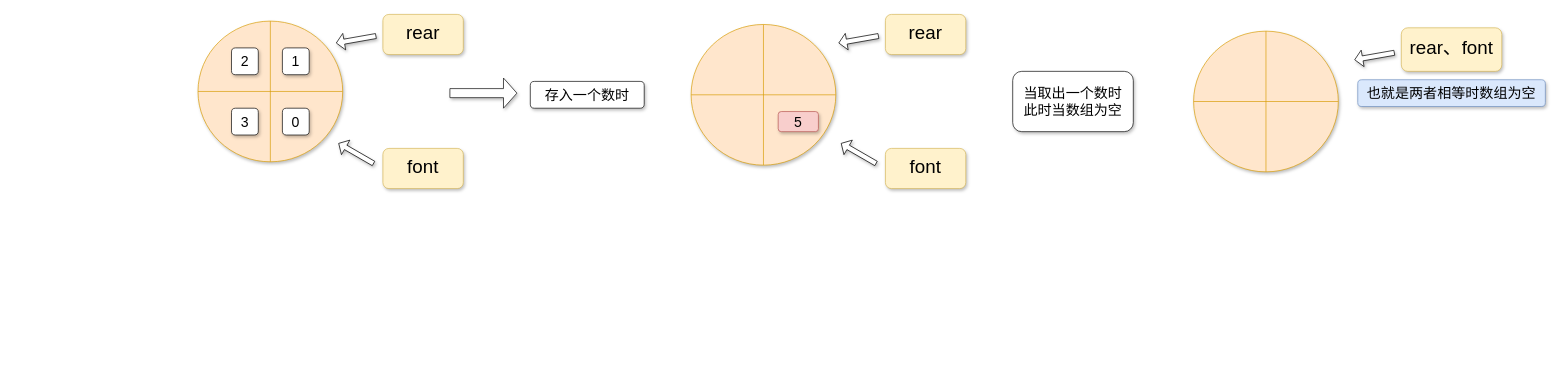
lexinhu/diagrams keeps this draw.io diagram as CircleArray.drawio. Above is the earlier version. Source tidied: cells renumbered, new cells numbered last; positions are measured from the earlier drawing's top-left corner, leaving out a move shared by most shapes. Both pictures are drawn from the tidied source at 67%, with x=0, y=0 at pixel (198, 14).
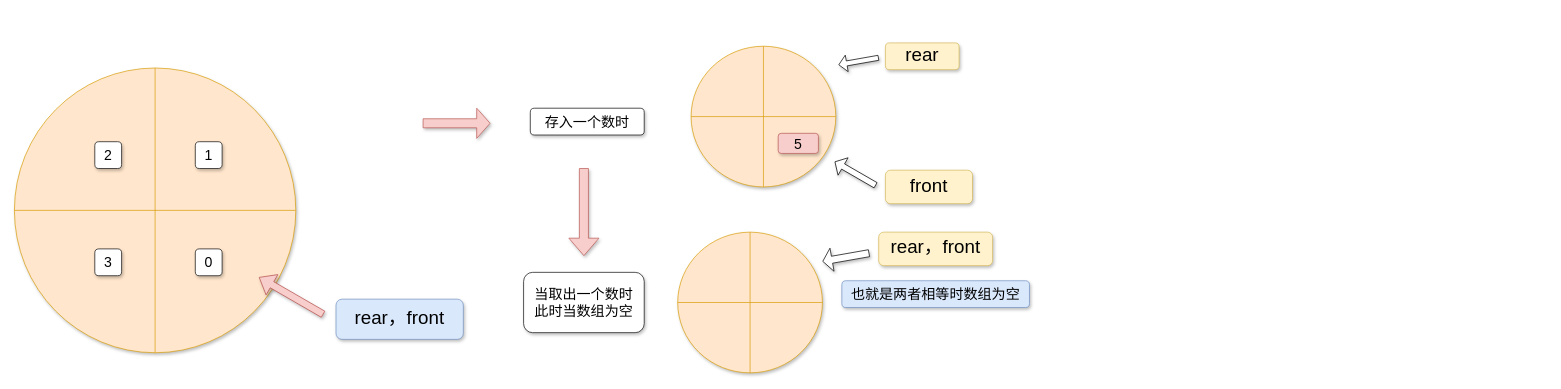
The same page after the edit.

Diff of the diagram source:
```diff
@@
     <mxCell id="2" style="shape=orEllipse;perimeter=ellipsePerimeter;whiteSpace=wrap;html=1;backgroundOutline=1;strokeWidth=1;shadow=1;fillColor=#ffe6cc;strokeColor=#d79b00;" parent="1" vertex="1">
-      <mxGeometry y="10" width="216" height="210" as="geometry" />
+      <mxGeometry x="-274" y="80" width="420" height="425" as="geometry" />
     </mxCell>
-    <mxCell id="3" value="&lt;p style=&quot;line-height: 90%&quot;&gt;&lt;font style=&quot;font-size: 28px&quot;&gt;font&lt;/font&gt;&lt;/p&gt;" style="rounded=1;whiteSpace=wrap;html=1;shadow=1;strokeWidth=1;fillColor=#fff2cc;strokeColor=#d6b656;" parent="1" vertex="1">
-      <mxGeometry x="276" y="200" width="120" height="60" as="geometry" />
-    </mxCell>
     <mxCell id="4" value="0" style="rounded=1;whiteSpace=wrap;html=1;shadow=1;strokeColor=#000000;strokeWidth=1;fillColor=#FFFFFF;gradientColor=none;fontSize=21;" parent="1" vertex="1">
-      <mxGeometry x="126" y="140" width="40" height="40" as="geometry" />
+      <mxGeometry x="-4" y="350" width="40" height="40" as="geometry" />
     </mxCell>
     <mxCell id="5" value="1" style="rounded=1;whiteSpace=wrap;html=1;shadow=1;strokeColor=#000000;strokeWidth=1;fillColor=#FFFFFF;gradientColor=none;fontSize=21;" parent="1" vertex="1">
-      <mxGeometry x="126" y="50" width="40" height="40" as="geometry" />
+      <mxGeometry x="-4" y="190" width="40" height="40" as="geometry" />
     </mxCell>
     <mxCell id="6" value="2" style="rounded=1;whiteSpace=wrap;html=1;shadow=1;strokeColor=#000000;strokeWidth=1;fillColor=#FFFFFF;gradientColor=none;fontSize=21;" parent="1" vertex="1">
-      <mxGeometry x="50" y="50" width="40" height="40" as="geometry" />
+      <mxGeometry x="-154" y="190" width="40" height="40" as="geometry" />
     </mxCell>
     <mxCell id="7" value="3" style="rounded=1;whiteSpace=wrap;html=1;shadow=1;strokeColor=#000000;strokeWidth=1;fillColor=#FFFFFF;gradientColor=none;fontSize=21;" parent="1" vertex="1">
-      <mxGeometry x="50" y="140" width="40" height="40" as="geometry" />
+      <mxGeometry x="-154" y="350" width="40" height="40" as="geometry" />
     </mxCell>
     <mxCell id="8" value="存入一个数时" style="rounded=1;whiteSpace=wrap;html=1;shadow=1;strokeColor=#000000;strokeWidth=1;fillColor=#FFFFFF;gradientColor=none;fontSize=21;" parent="1" vertex="1">
-      <mxGeometry x="496" y="100" width="170" height="40" as="geometry" />
+      <mxGeometry x="496" y="140" width="170" height="40" as="geometry" />
     </mxCell>
-    <mxCell id="9" style="shape=singleArrow;whiteSpace=wrap;html=1;shadow=1;strokeColor=#000000;strokeWidth=1;fillColor=#FFFFFF;gradientColor=none;fontSize=21;" parent="1" vertex="1">
-      <mxGeometry x="376" y="95" width="100" height="45" as="geometry" />
+    <mxCell id="9" style="shape=singleArrow;whiteSpace=wrap;html=1;shadow=1;strokeColor=#b85450;strokeWidth=1;fillColor=#f8cecc;fontSize=21;" parent="1" vertex="1">
+      <mxGeometry x="336" y="140" width="100" height="45" as="geometry" />
     </mxCell>
     <mxCell id="10" style="shape=singleArrow;whiteSpace=wrap;html=1;shadow=1;strokeColor=#000000;strokeWidth=1;fillColor=#FFFFFF;gradientColor=none;fontSize=21;rotation=-190;" parent="1" vertex="1">
-      <mxGeometry x="956" y="25" width="60" height="25" as="geometry" />
+      <mxGeometry x="956" y="57.5" width="60" height="25" as="geometry" />
     </mxCell>
-    <mxCell id="11" style="shape=singleArrow;whiteSpace=wrap;html=1;shadow=1;strokeColor=#000000;strokeWidth=1;fillColor=#FFFFFF;gradientColor=none;fontSize=21;rotation=-150;" parent="1" vertex="1">
-      <mxGeometry x="206" y="195" width="60" height="25" as="geometry" />
+    <mxCell id="11" style="shape=singleArrow;whiteSpace=wrap;html=1;shadow=1;strokeColor=#b85450;strokeWidth=1;fillColor=#f8cecc;fontSize=21;rotation=-150;" parent="1" vertex="1">
+      <mxGeometry x="84" y="402.5" width="110" height="35" as="geometry" />
     </mxCell>
     <mxCell id="12" value="&lt;p style=&quot;line-height: 90%&quot;&gt;&lt;font style=&quot;font-size: 28px&quot;&gt;rear&lt;/font&gt;&lt;/p&gt;" style="rounded=1;whiteSpace=wrap;html=1;shadow=1;strokeWidth=1;fillColor=#fff2cc;strokeColor=#d6b656;" parent="1" vertex="1">
-      <mxGeometry x="1026" width="120" height="60" as="geometry" />
+      <mxGeometry x="1026" y="42.5" width="110" height="40" as="geometry" />
     </mxCell>
     <mxCell id="13" style="shape=orEllipse;perimeter=ellipsePerimeter;whiteSpace=wrap;html=1;backgroundOutline=1;strokeWidth=1;shadow=1;fillColor=#ffe6cc;strokeColor=#d79b00;" parent="1" vertex="1">
-      <mxGeometry x="736" y="15" width="216" height="210" as="geometry" />
+      <mxGeometry x="736" y="47.5" width="216" height="210" as="geometry" />
     </mxCell>
     <mxCell id="14" value="5" style="rounded=1;whiteSpace=wrap;html=1;shadow=1;strokeColor=#b85450;strokeWidth=1;fillColor=#f8cecc;fontSize=21;" parent="1" vertex="1">
-      <mxGeometry x="866" y="145" width="60" height="30" as="geometry" />
+      <mxGeometry x="866" y="177.5" width="60" height="30" as="geometry" />
     </mxCell>
-    <mxCell id="15" value="&lt;p style=&quot;line-height: 90%&quot;&gt;&lt;font style=&quot;font-size: 28px&quot;&gt;font&lt;/font&gt;&lt;/p&gt;" style="rounded=1;whiteSpace=wrap;html=1;shadow=1;strokeWidth=1;fillColor=#fff2cc;strokeColor=#d6b656;" parent="1" vertex="1">
-      <mxGeometry x="1026" y="200" width="120" height="60" as="geometry" />
+    <mxCell id="15" value="&lt;p style=&quot;line-height: 90%&quot;&gt;&lt;span style=&quot;font-size: 28px&quot;&gt;front&lt;/span&gt;&lt;br&gt;&lt;/p&gt;" style="rounded=1;whiteSpace=wrap;html=1;shadow=1;strokeWidth=1;fillColor=#fff2cc;strokeColor=#d6b656;" parent="1" vertex="1">
+      <mxGeometry x="1026" y="232.5" width="130" height="50" as="geometry" />
     </mxCell>
     <mxCell id="16" style="shape=singleArrow;whiteSpace=wrap;html=1;shadow=1;strokeColor=#000000;strokeWidth=1;fillColor=#FFFFFF;gradientColor=none;fontSize=21;rotation=-150;" parent="1" vertex="1">
-      <mxGeometry x="956" y="195" width="60" height="25" as="geometry" />
+      <mxGeometry x="946" y="222.5" width="70" height="30" as="geometry" />
     </mxCell>
     <mxCell id="17" value="当取出一个数时&lt;br&gt;此时当数组为空" style="rounded=1;whiteSpace=wrap;html=1;shadow=1;strokeColor=#000000;strokeWidth=1;fillColor=#FFFFFF;gradientColor=none;fontSize=21;" parent="1" vertex="1">
-      <mxGeometry x="1216" y="85" width="180" height="90" as="geometry" />
+      <mxGeometry x="486" y="385" width="180" height="90" as="geometry" />
     </mxCell>
-    <mxCell id="18" style="shape=singleArrow;whiteSpace=wrap;html=1;shadow=1;strokeColor=#000000;strokeWidth=1;fillColor=#FFFFFF;gradientColor=none;fontSize=21;rotation=-190;" parent="1" vertex="1">
-      <mxGeometry x="206" y="25" width="60" height="25" as="geometry" />
-    </mxCell>
-    <mxCell id="19" value="&lt;p style=&quot;line-height: 90%&quot;&gt;&lt;font style=&quot;font-size: 28px&quot;&gt;rear&lt;/font&gt;&lt;/p&gt;" style="rounded=1;whiteSpace=wrap;html=1;shadow=1;strokeWidth=1;fillColor=#fff2cc;strokeColor=#d6b656;" parent="1" vertex="1">
-      <mxGeometry x="276" width="120" height="60" as="geometry" />
-    </mxCell>
     <mxCell id="20" style="shape=orEllipse;perimeter=ellipsePerimeter;whiteSpace=wrap;html=1;backgroundOutline=1;strokeWidth=1;shadow=1;fillColor=#ffe6cc;strokeColor=#d79b00;" parent="1" vertex="1">
-      <mxGeometry x="1486" y="25" width="216" height="210" as="geometry" />
+      <mxGeometry x="716" y="325" width="216" height="210" as="geometry" />
     </mxCell>
     <mxCell id="21" style="shape=singleArrow;whiteSpace=wrap;html=1;shadow=1;strokeColor=#000000;strokeWidth=1;fillColor=#FFFFFF;gradientColor=none;fontSize=21;rotation=-190;" parent="1" vertex="1">
-      <mxGeometry x="1726" y="50" width="60" height="25" as="geometry" />
+      <mxGeometry x="932" y="345" width="70" height="35" as="geometry" />
     </mxCell>
-    <mxCell id="22" value="&lt;p style=&quot;line-height: 90%&quot;&gt;&lt;font style=&quot;font-size: 28px&quot;&gt;rear、font&lt;/font&gt;&lt;/p&gt;" style="rounded=1;whiteSpace=wrap;html=1;shadow=1;strokeWidth=1;fillColor=#fff2cc;strokeColor=#d6b656;" parent="1" vertex="1">
-      <mxGeometry x="1796" y="20" width="150" height="65" as="geometry" />
+    <mxCell id="22" value="&lt;p style=&quot;line-height: 90%&quot;&gt;&lt;font style=&quot;font-size: 28px&quot;&gt;rear，&lt;/font&gt;&lt;span style=&quot;font-size: 28px&quot;&gt;front&lt;/span&gt;&lt;/p&gt;" style="rounded=1;whiteSpace=wrap;html=1;shadow=1;strokeWidth=1;fillColor=#fff2cc;strokeColor=#d6b656;" parent="1" vertex="1">
+      <mxGeometry x="1016" y="325" width="170" height="50" as="geometry" />
     </mxCell>
     <mxCell id="23" value="也就是两者相等时数组为空" style="rounded=1;whiteSpace=wrap;html=1;shadow=1;strokeColor=#6c8ebf;strokeWidth=1;fillColor=#dae8fc;fontSize=21;" parent="1" vertex="1">
-      <mxGeometry x="1731" y="97.5" width="280" height="40" as="geometry" />
+      <mxGeometry x="961" y="397.5" width="280" height="40" as="geometry" />
     </mxCell>
+    <mxCell id="24" value="&lt;p style=&quot;line-height: 90%&quot;&gt;&lt;font style=&quot;font-size: 28px&quot;&gt;rear，&lt;/font&gt;&lt;span style=&quot;font-size: 28px&quot;&gt;front&lt;/span&gt;&lt;/p&gt;" style="rounded=1;whiteSpace=wrap;html=1;shadow=1;strokeWidth=1;fillColor=#dae8fc;strokeColor=#6c8ebf;" parent="1" vertex="1">
+      <mxGeometry x="206" y="425" width="190" height="60" as="geometry" />
+    </mxCell>
+    <mxCell id="25" style="shape=singleArrow;direction=south;whiteSpace=wrap;html=1;shadow=1;strokeColor=#b85450;strokeWidth=1;fillColor=#f8cecc;" parent="1" vertex="1">
+      <mxGeometry x="553.5" y="230" width="45" height="130" as="geometry" />
+    </mxCell>
```
